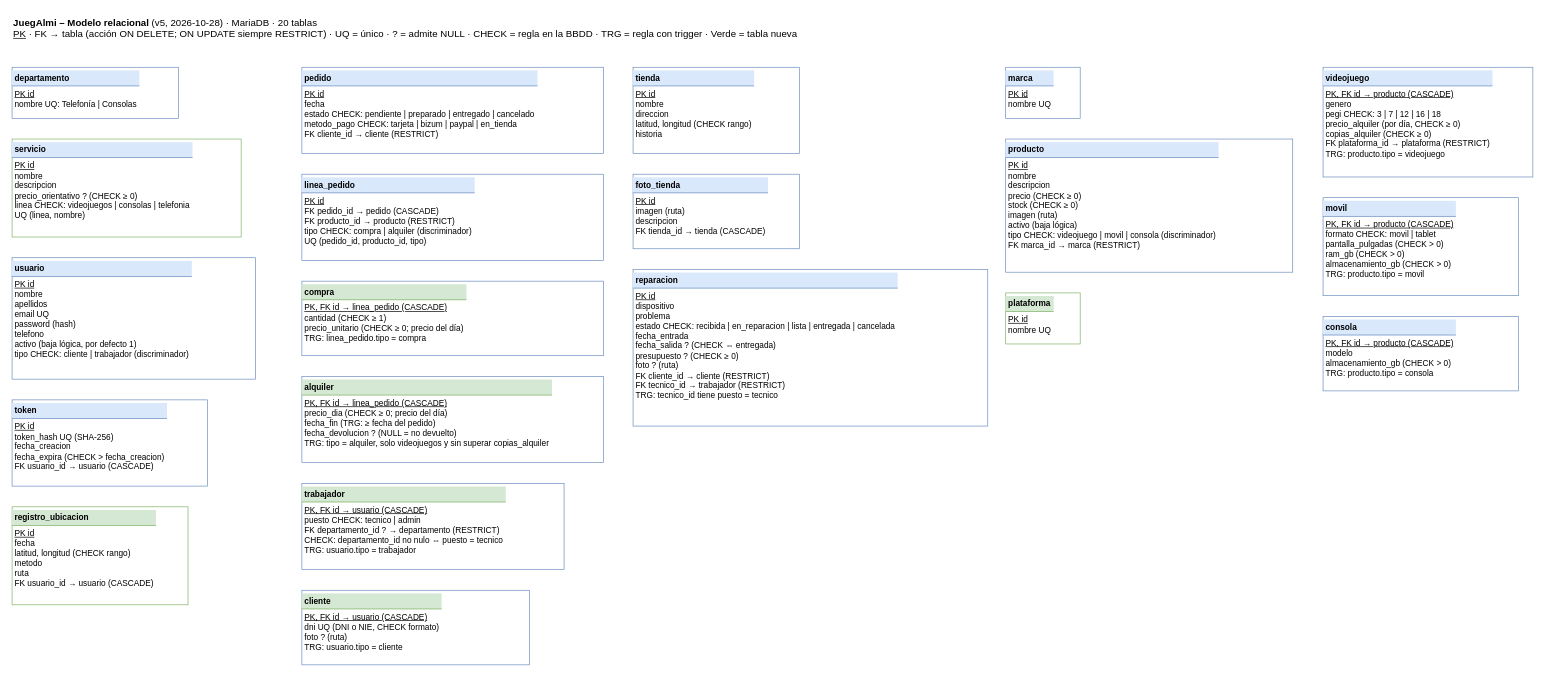
Earlier version of the draw.io diagram page "Modelo relacional" (2 of 2) of docs/er-juegalmi.drawio (landerdam-lab/JuegalmiDam2). Source tidied: cells renumbered, new cells numbered last; positions are measured from the earlier drawing's top-left corner, leaving out a move shared by most shapes. Both pictures are drawn from the tidied source at 69%, with x=0, y=0 at pixel (12, 12).
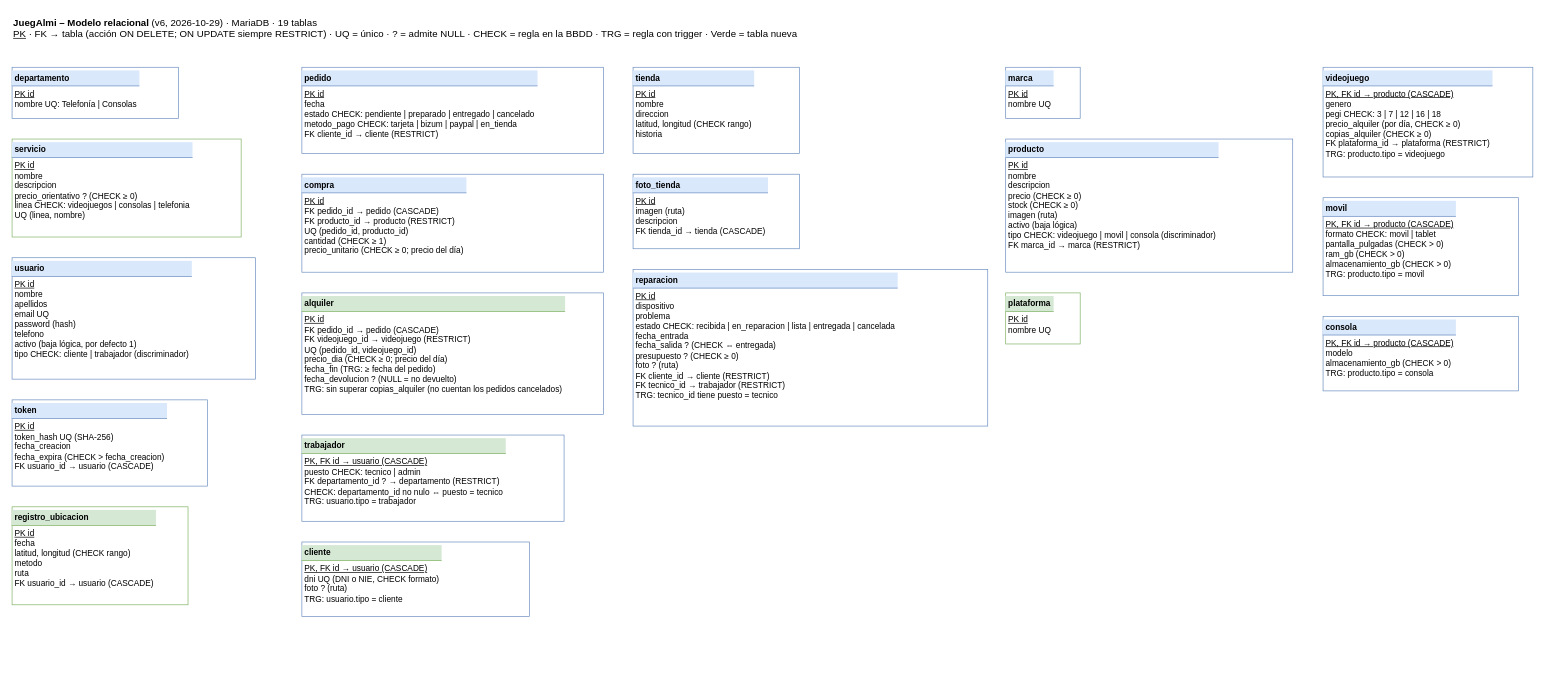
The same page after the edit.

Commit message (it also covers changes not shown here):
Modelo de datos v6: compra y alquiler colgando del pedido (ADR-034)

The edit, as a diff of the source:
```diff
@@
-    <mxCell id="2" value="&lt;b&gt;JuegAlmi – Modelo relacional&lt;/b&gt; (v5, 2026-10-28) · MariaDB · 20 tablas&lt;br&gt;&lt;u&gt;PK&lt;/u&gt; · FK → tabla (acción ON DELETE; ON UPDATE siempre RESTRICT) · UQ = único · ? = admite NULL · CHECK = regla en la BBDD · TRG = regla con trigger · Verde = tabla nueva" style="text;html=1;align=left;verticalAlign=top;fontSize=14;" parent="1" vertex="1">
+    <mxCell id="2" value="&lt;b&gt;JuegAlmi – Modelo relacional&lt;/b&gt; (v6, 2026-10-29) · MariaDB · 19 tablas&lt;br&gt;&lt;u&gt;PK&lt;/u&gt; · FK → tabla (acción ON DELETE; ON UPDATE siempre RESTRICT) · UQ = único · ? = admite NULL · CHECK = regla en la BBDD · TRG = regla con trigger · Verde = tabla nueva" style="text;html=1;align=left;verticalAlign=top;fontSize=14;" parent="1" vertex="1">
       <mxGeometry width="1700" height="50" as="geometry" />
     </mxCell>
@@
-    <mxCell id="11" value="&lt;div style='background:#dae8fc;padding:4px;font-weight:bold;border-bottom:1px solid #6c8ebf'&gt;linea_pedido&lt;/div&gt;&lt;div style='padding:4px'&gt;&lt;u&gt;PK id&lt;/u&gt;&lt;br&gt;FK pedido_id → pedido (CASCADE)&lt;br&gt;FK producto_id → producto (RESTRICT)&lt;br&gt;tipo CHECK: compra | alquiler (discriminador)&lt;br&gt;UQ (pedido_id, producto_id, tipo)&lt;/div&gt;" style="rounded=0;whiteSpace=wrap;html=1;align=left;verticalAlign=top;spacing=0;fontSize=12;strokeColor=#6c8ebf;" parent="1" vertex="1">
-      <mxGeometry x="420" y="235" width="437" height="125" as="geometry" />
+    <mxCell id="11" value="&lt;div style='background:#dae8fc;padding:4px;font-weight:bold;border-bottom:1px solid #6c8ebf'&gt;compra&lt;/div&gt;&lt;div style='padding:4px'&gt;&lt;u&gt;PK id&lt;/u&gt;&lt;br&gt;FK pedido_id → pedido (CASCADE)&lt;br&gt;FK producto_id → producto (RESTRICT)&lt;br&gt;UQ (pedido_id, producto_id)&lt;br&gt;cantidad (CHECK ≥ 1)&lt;br&gt;precio_unitario (CHECK ≥ 0; precio del día)&lt;/div&gt;" style="rounded=0;whiteSpace=wrap;html=1;align=left;verticalAlign=top;spacing=0;fontSize=12;strokeColor=#6c8ebf;" parent="1" vertex="1">
+      <mxGeometry x="420" y="235" width="437" height="142" as="geometry" />
     </mxCell>
     <mxCell id="12" value="&lt;div style='background:#d5e8d4;padding:4px;font-weight:bold;border-bottom:1px solid #82b366'&gt;trabajador&lt;/div&gt;&lt;div style='padding:4px'&gt;&lt;u&gt;PK, FK id → usuario (CASCADE)&lt;/u&gt;&lt;br&gt;puesto CHECK: tecnico | admin&lt;br&gt;FK departamento_id ? → departamento (RESTRICT)&lt;br&gt;CHECK: departamento_id no nulo ⇔ puesto = tecnico&lt;br&gt;TRG: usuario.tipo = trabajador&lt;/div&gt;" style="rounded=0;whiteSpace=wrap;html=1;align=left;verticalAlign=top;spacing=0;fontSize=12;strokeColor=#6c8ebf;" parent="1" vertex="1">
-      <mxGeometry x="420" y="683" width="380" height="125" as="geometry" />
+      <mxGeometry x="420" y="613" width="380" height="125" as="geometry" />
     </mxCell>
@@
     <mxCell id="20" value="&lt;div style='background:#d5e8d4;padding:4px;font-weight:bold;border-bottom:1px solid #82b366'&gt;cliente&lt;/div&gt;&lt;div style='padding:4px'&gt;&lt;u&gt;PK, FK id → usuario (CASCADE)&lt;/u&gt;&lt;br&gt;dni UQ (DNI o NIE, CHECK formato)&lt;br&gt;foto ? (ruta)&lt;br&gt;TRG: usuario.tipo = cliente&lt;/div&gt;" style="rounded=0;whiteSpace=wrap;html=1;align=left;verticalAlign=top;spacing=0;fontSize=12;strokeColor=#6c8ebf;" parent="1" vertex="1">
-      <mxGeometry x="420" y="838" width="330" height="108" as="geometry" />
+      <mxGeometry x="420" y="768" width="330" height="108" as="geometry" />
     </mxCell>
-    <mxCell id="21" value="&lt;div style='background:#d5e8d4;padding:4px;font-weight:bold;border-bottom:1px solid #82b366'&gt;compra&lt;/div&gt;&lt;div style='padding:4px'&gt;&lt;u&gt;PK, FK id → linea_pedido (CASCADE)&lt;/u&gt;&lt;br&gt;cantidad (CHECK ≥ 1)&lt;br&gt;precio_unitario (CHECK ≥ 0; precio del día)&lt;br&gt;TRG: linea_pedido.tipo = compra&lt;/div&gt;" style="rounded=0;whiteSpace=wrap;html=1;align=left;verticalAlign=top;spacing=0;fontSize=12;strokeColor=#6c8ebf;" parent="1" vertex="1">
-      <mxGeometry x="420" y="390" width="437" height="108" as="geometry" />
-    </mxCell>
-    <mxCell id="22" value="&lt;div style='background:#d5e8d4;padding:4px;font-weight:bold;border-bottom:1px solid #82b366'&gt;alquiler&lt;/div&gt;&lt;div style='padding:4px'&gt;&lt;u&gt;PK, FK id → linea_pedido (CASCADE)&lt;/u&gt;&lt;br&gt;precio_dia (CHECK ≥ 0; precio del día)&lt;br&gt;fecha_fin (TRG: ≥ fecha del pedido)&lt;br&gt;fecha_devolucion ? (NULL = no devuelto)&lt;br&gt;TRG: tipo = alquiler, solo videojuegos y sin superar copias_alquiler&lt;/div&gt;" style="rounded=0;whiteSpace=wrap;html=1;align=left;verticalAlign=top;spacing=0;fontSize=12;strokeColor=#6c8ebf;" parent="1" vertex="1">
-      <mxGeometry x="420" y="528" width="437" height="125" as="geometry" />
-    </mxCell>
+    <mxCell id="23" value="&lt;div style='background:#d5e8d4;padding:4px;font-weight:bold;border-bottom:1px solid #82b366'&gt;alquiler&lt;/div&gt;&lt;div style='padding:4px'&gt;&lt;u&gt;PK id&lt;/u&gt;&lt;br&gt;FK pedido_id → pedido (CASCADE)&lt;br&gt;FK videojuego_id → videojuego (RESTRICT)&lt;br&gt;UQ (pedido_id, videojuego_id)&lt;br&gt;precio_dia (CHECK ≥ 0; precio del día)&lt;br&gt;fecha_fin (TRG: ≥ fecha del pedido)&lt;br&gt;fecha_devolucion ? (NULL = no devuelto)&lt;br&gt;TRG: sin superar copias_alquiler (no cuentan los pedidos cancelados)&lt;/div&gt;" style="rounded=0;whiteSpace=wrap;html=1;align=left;verticalAlign=top;spacing=0;fontSize=12;strokeColor=#6c8ebf;" parent="1" vertex="1">
+      <mxGeometry x="420" y="407" width="437" height="176" as="geometry" />
+    </mxCell>
```
